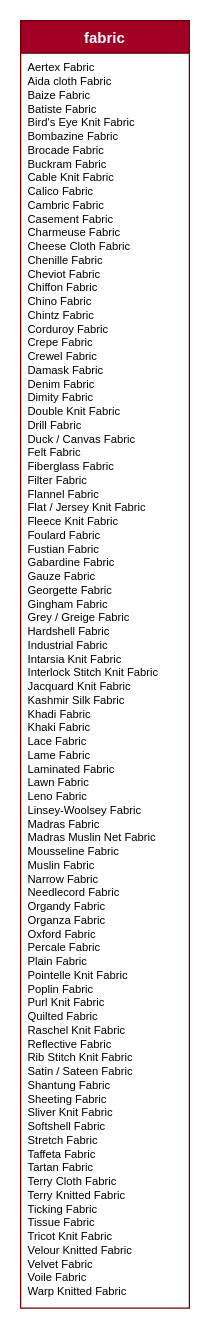
morawi/ddoif keeps this draw.io diagram as fabric_class.drawio. Above is the earlier version. Source tidied: cells renumbered, new cells numbered last; positions are measured from the earlier drawing's top-left corner, leaving out a move shared by most shapes. Both pictures are drawn from the tidied source at 125%, with x=0, y=0 at pixel (20, 20).
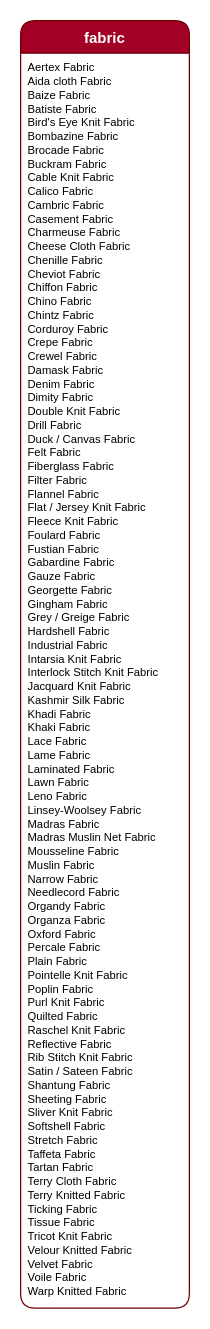
Above is the later version.

Change to the diagram source:
```diff
@@
 <mxGraphModel>
   <root>
     <mxCell id="0" />
     <mxCell id="1" parent="0" />
-    <mxCell id="2" value="fabric" style="swimlane;fontStyle=1;align=center;verticalAlign=top;horizontal=1;startSize=26;rounded=0;shadow=0;strokeWidth=1;fillColor=#a20025;strokeColor=#6F0000;fontColor=#ffffff;" parent="1" vertex="1">
+    <mxCell id="2" value="fabric" style="swimlane;fontStyle=1;align=center;verticalAlign=top;horizontal=1;startSize=26;rounded=1;shadow=0;strokeWidth=1;fillColor=#a20025;strokeColor=#6F0000;fontColor=#ffffff;" parent="1" vertex="1">
       <mxGeometry width="135" height="1030" as="geometry" />
     </mxCell>
     <mxCell id="3" value="Aertex Fabric&#10;Aida cloth Fabric&#10;Baize Fabric&#10;Batiste Fabric&#10;Bird's Eye Knit Fabric&#10;Bombazine Fabric&#10;Brocade Fabric&#10;Buckram Fabric&#10;Cable Knit Fabric&#10;Calico Fabric&#10;Cambric Fabric&#10;Casement Fabric&#10;Charmeuse Fabric&#10;Cheese Cloth Fabric&#10;Chenille Fabric&#10;Cheviot Fabric&#10;Chiffon Fabric&#10;Chino Fabric&#10;Chintz Fabric&#10;Corduroy Fabric&#10;Crepe Fabric&#10;Crewel Fabric&#10;Damask Fabric&#10;Denim Fabric&#10;Dimity Fabric&#10;Double Knit Fabric&#10;Drill Fabric&#10;Duck / Canvas Fabric&#10;Felt Fabric&#10;Fiberglass Fabric&#10;Filter Fabric&#10;Flannel Fabric&#10;Flat / Jersey Knit Fabric&#10;Fleece Knit Fabric&#10;Foulard Fabric&#10;Fustian Fabric&#10;Gabardine Fabric&#10;Gauze Fabric&#10;Georgette Fabric&#10;Gingham Fabric&#10;Grey / Greige Fabric&#10;Hardshell Fabric&#10;Industrial Fabric&#10;Intarsia Knit Fabric&#10;Interlock Stitch Knit Fabric&#10;Jacquard Knit Fabric&#10;Kashmir Silk Fabric&#10;Khadi Fabric&#10;Khaki Fabric&#10;Lace Fabric&#10;Lame Fabric&#10;Laminated Fabric&#10;Lawn Fabric&#10;Leno Fabric&#10;Linsey-Woolsey Fabric&#10;Madras Fabric&#10;Madras Muslin Net Fabric&#10;Mousseline Fabric&#10;Muslin Fabric&#10;Narrow Fabric&#10;Needlecord Fabric&#10;Organdy Fabric&#10;Organza Fabric&#10;Oxford Fabric&#10;Percale Fabric&#10;Plain Fabric&#10;Pointelle Knit Fabric&#10;Poplin Fabric&#10;Purl Knit Fabric&#10;Quilted Fabric&#10;Raschel Knit Fabric&#10;Reflective Fabric&#10;Rib Stitch Knit Fabric&#10;Satin / Sateen Fabric&#10;Shantung Fabric&#10;Sheeting Fabric&#10;Sliver Knit Fabric&#10;Softshell Fabric&#10;Stretch Fabric&#10;Taffeta Fabric&#10;Tartan Fabric&#10;Terry Cloth Fabric&#10;Terry Knitted Fabric&#10;Ticking Fabric&#10;Tissue Fabric&#10;Tricot Knit Fabric&#10;Velour Knitted Fabric&#10;Velvet Fabric&#10;Voile Fabric&#10;Warp Knitted Fabric" style="text;align=left;verticalAlign=top;spacingLeft=4;spacingRight=4;overflow=hidden;fontSize=9;" parent="2" vertex="1">
       <mxGeometry y="26" width="135" height="1004" as="geometry" />
     </mxCell>
   </root>
 </mxGraphModel>
```
